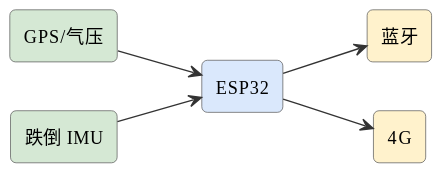
mingyi0818/IntelligentMcuCourse keeps this PlantUML diagram as assets/diagrams/ideas-fig79.svg. Above is the earlier version.
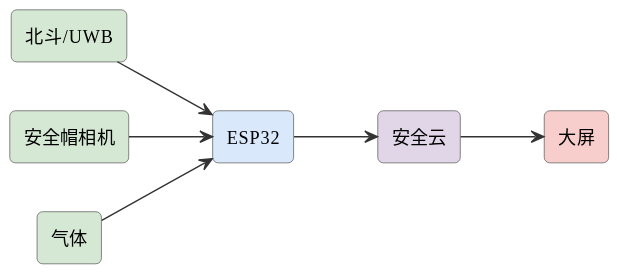
Later version of the same file.

The edit, as a diff of the source:
```diff
@@ -6,13 +6,15 @@
 skinparam arrowFontSize 11
 skinparam arrowColor #333
 left to right direction
-rectangle "GPS/气压" as gps #d5e8d4
-rectangle "跌倒 IMU" as imu #d5e8d4
+rectangle "北斗/UWB" as pos #d5e8d4
+rectangle "安全帽相机" as cam #d5e8d4
 rectangle "ESP32" as esp #dae8fc
-rectangle "蓝牙" as bt #fff2cc
-rectangle "4G" as g #fff2cc
-gps --> esp
-imu --> esp
-esp --> bt
-esp --> g
+rectangle "气体" as gas #d5e8d4
+rectangle "安全云" as cloud #e1d5e8
+rectangle "大屏" as scr #f8cecc
+pos --> esp
+cam --> esp
+gas --> esp
+esp --> cloud
+cloud --> scr
 @enduml
```
